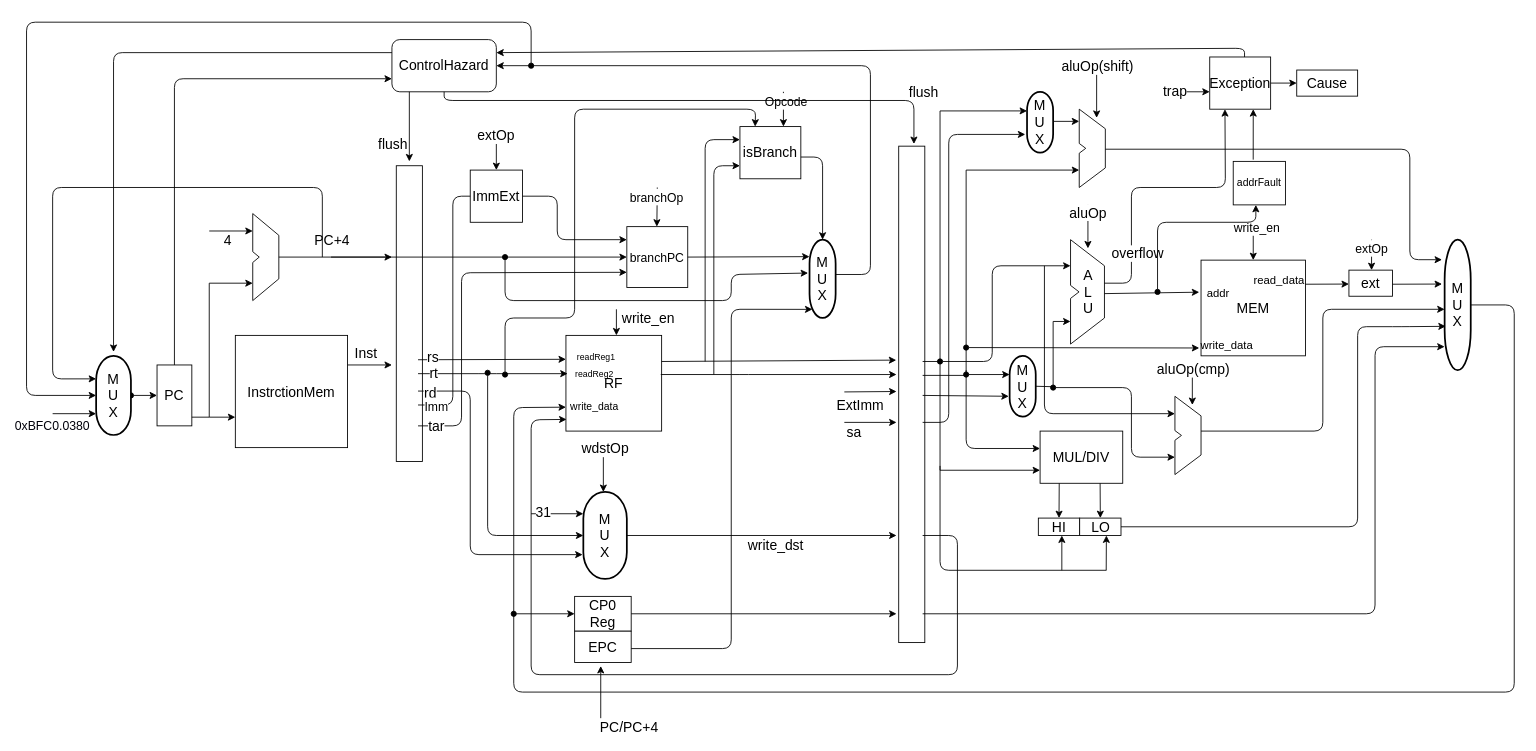
Above: Phase1/3-state-pipeline/3-stages-pipeline.drawio in Anlarry/coaa (draw.io), before the change. Source tidied: cells renumbered, new cells numbered last; positions are measured from the earlier drawing's top-left corner, leaving out a move shared by most shapes. Both pictures are drawn from the tidied source at 87%, with x=0, y=0 at pixel (17, 22).
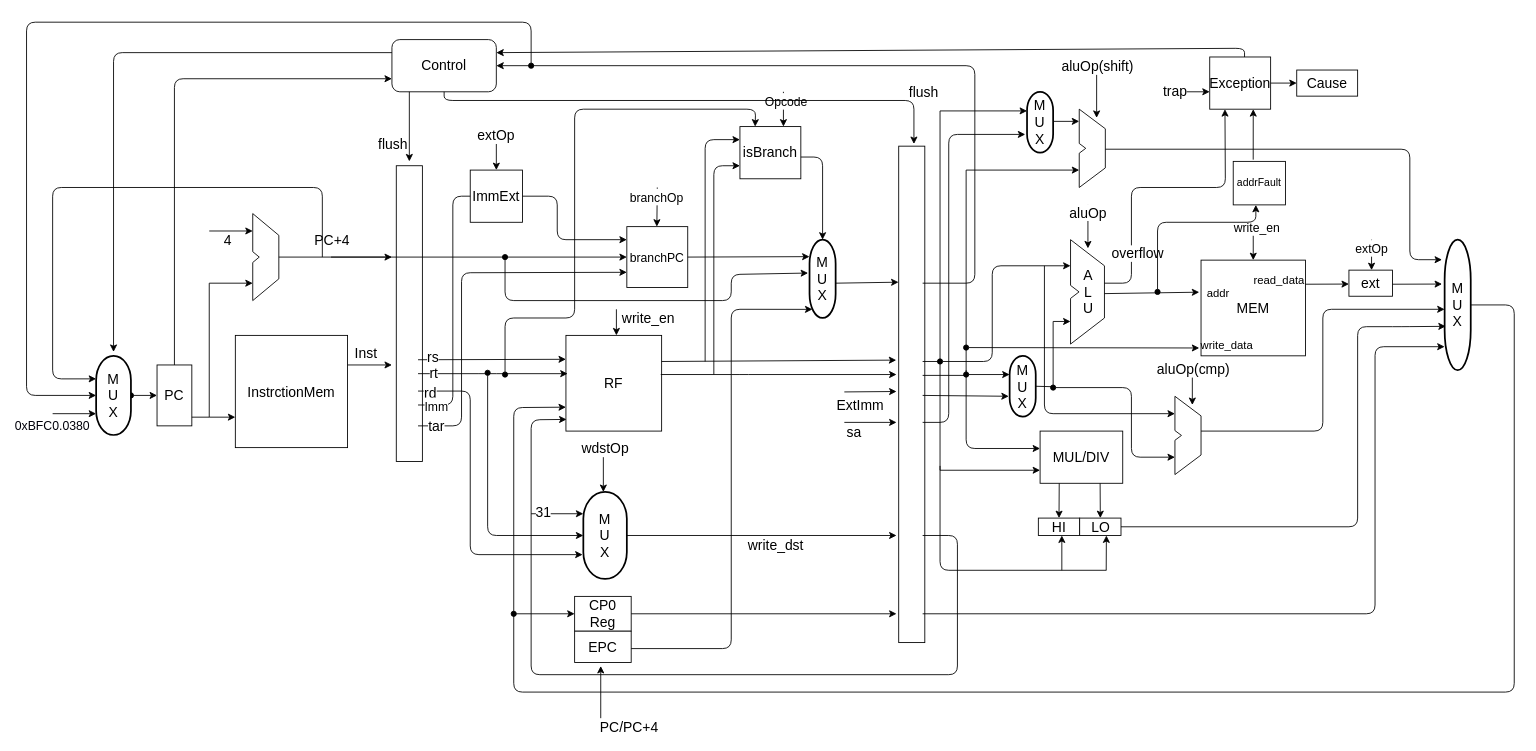
The same page after the edit.

Unchanged cells that the change refers to:
```xml
<mxCell id="72" style="rounded=0;whiteSpace=wrap;html=1;fontSize=16;rotation=90;" parent="1" vertex="1">
  <mxGeometry x="742.2" y="412.8" width="570.6" height="30" as="geometry" />
</mxCell>
```

Diff of the diagram source:
```diff
@@
-    <mxCell id="26" value="readReg1" style="text;html=1;strokeColor=none;fillColor=none;align=center;verticalAlign=middle;whiteSpace=wrap;rounded=0;fontSize=10;" parent="1" vertex="1">
-      <mxGeometry x="640" y="380" width="50" height="10" as="geometry" />
-    </mxCell>
-    <mxCell id="27" value="&lt;div&gt;readReg2&lt;/div&gt;" style="text;html=1;strokeColor=none;fillColor=none;align=center;verticalAlign=middle;whiteSpace=wrap;rounded=0;fontSize=10;" parent="1" vertex="1">
-      <mxGeometry x="643" y="394" width="40" height="20" as="geometry" />
-    </mxCell>
@@
-    <mxCell id="67" style="endArrow=classic;html=1;shadow=0;fontSize=16;" parent="1" edge="1" target="68">
-      <mxGeometry relative="1" as="geometry">
-        <mxPoint x="940" y="290" as="sourcePoint" />
-        <Array as="points">
-          <mxPoint x="980" y="290" />
-          <mxPoint x="980" y="50" />
-        </Array>
-      </mxGeometry>
-    </mxCell>
-    <mxCell id="68" value="&lt;font style=&quot;font-size: 16px&quot;&gt;ControlHazard&lt;/font&gt;" style="rounded=1;whiteSpace=wrap;html=1;" parent="1" vertex="1">
+    <mxCell id="68" value="&lt;font style=&quot;font-size: 16px&quot;&gt;Control&lt;/font&gt;" style="rounded=1;whiteSpace=wrap;html=1;" parent="1" vertex="1">
       <mxGeometry x="430" y="20" width="120" height="60" as="geometry" />
     </mxCell>
@@
-    <mxCell id="161" value="&lt;font style=&quot;font-size: 12px&quot;&gt;write_data&lt;/font&gt;" style="text;html=1;strokeColor=none;fillColor=none;align=center;verticalAlign=middle;whiteSpace=wrap;rounded=0;fontSize=16;" parent="1" vertex="1">
-      <mxGeometry x="643" y="430" width="40" height="20" as="geometry" />
-    </mxCell>
@@
+    <mxCell id="181" style="endArrow=classic;html=1;entryX=0.274;entryY=1.007;entryDx=0;entryDy=0;entryPerimeter=0;" parent="1" edge="1" target="72">
+      <mxGeometry relative="1" as="geometry">
+        <mxPoint x="940" y="300" as="sourcePoint" />
+      </mxGeometry>
+    </mxCell>
+    <mxCell id="182" style="endArrow=classic;html=1;entryX=1;entryY=0.5;entryDx=0;entryDy=0;" parent="1" edge="1" target="68">
+      <mxGeometry relative="1" as="geometry">
+        <mxPoint x="1040" y="300" as="sourcePoint" />
+        <Array as="points">
+          <mxPoint x="1100" y="300" />
+          <mxPoint x="1100" y="50" />
+        </Array>
+      </mxGeometry>
+    </mxCell>
```
